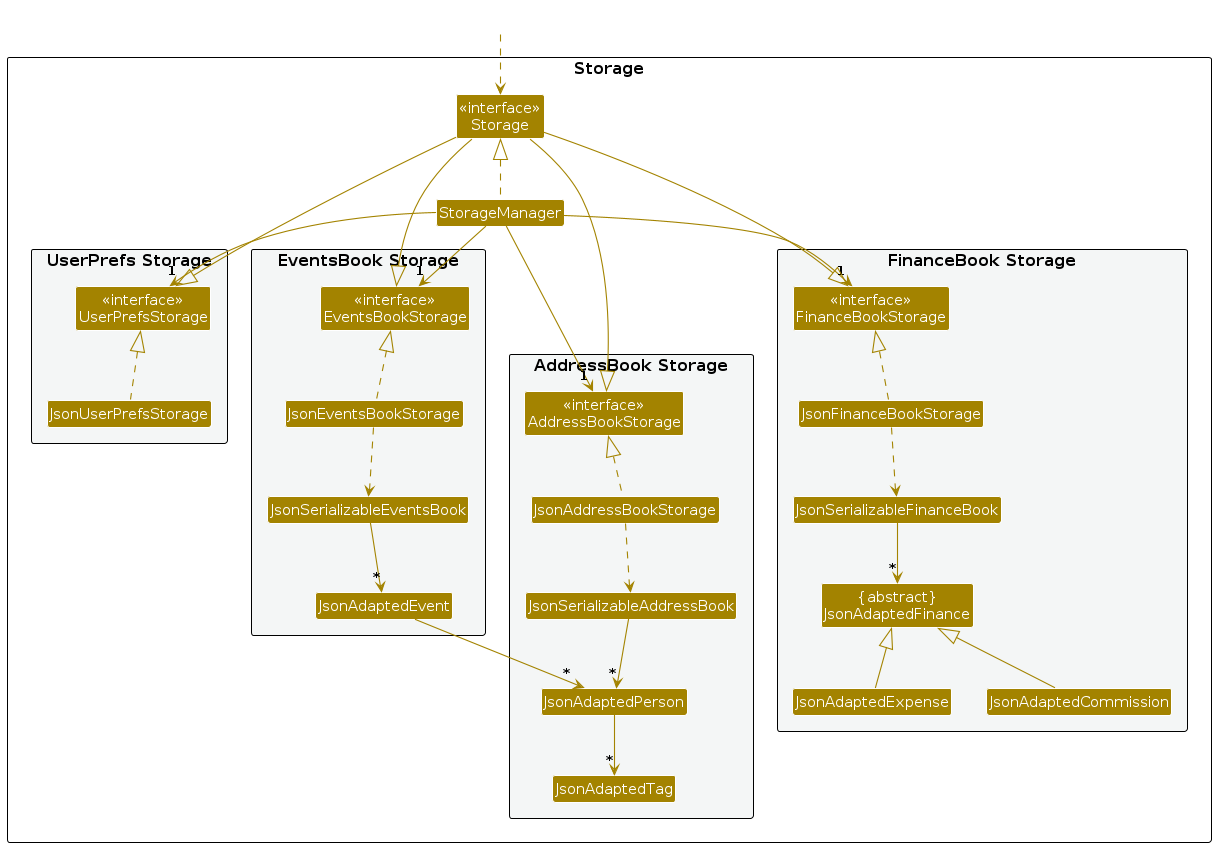
dloh2236/tp keeps this PlantUML diagram as diagrams/StorageClassDiagram.png. Above is the earlier version. Its source is kept beside it as diagrams/StorageClassDiagram.puml.
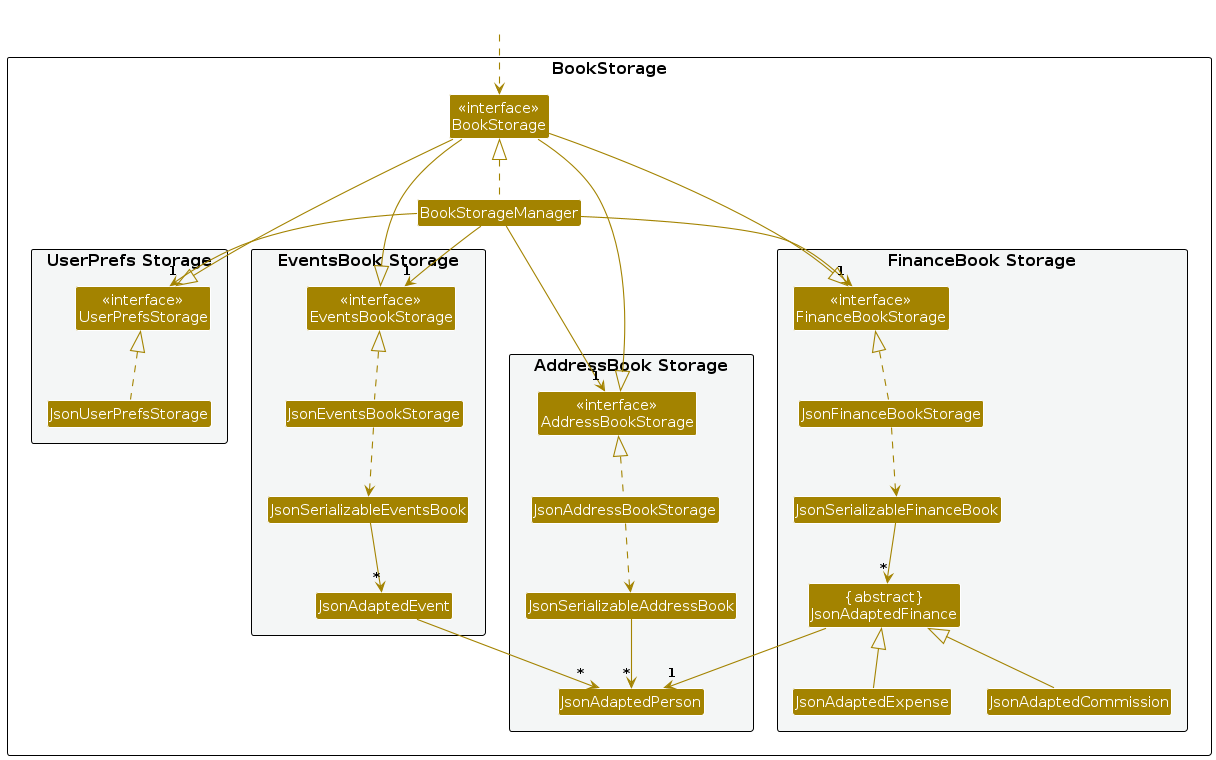
Later version of the same file.

What changed in the source:
```diff
@@ -4,22 +4,21 @@
 skinparam arrowColor STORAGE_COLOR
 skinparam classBackgroundColor STORAGE_COLOR
 
-package Storage as StoragePackage {
+package BookStorage as StoragePackage {
 
 package "UserPrefs Storage" #F4F6F6{
 Class "<<interface>>\nUserPrefsStorage" as UserPrefsStorage
 Class JsonUserPrefsStorage
 }
 
-Class "<<interface>>\nStorage" as Storage
-Class StorageManager
+Class "<<interface>>\nBookStorage" as BookStorage
+Class BookStorageManager
 
 package "AddressBook Storage" #F4F6F6{
 Class "<<interface>>\nAddressBookStorage" as AddressBookStorage
 Class JsonAddressBookStorage
 Class JsonSerializableAddressBook
 Class JsonAdaptedPerson
-Class JsonAdaptedTag
 }
 
 package "FinanceBook Storage" #F4F6F6{
@@ -41,24 +40,23 @@
 }
 
 Class HiddenOutside #FFFFFF
-HiddenOutside ..> Storage
+HiddenOutside ..> BookStorage
 
-StorageManager .up.|> Storage
-StorageManager -down-> "1" UserPrefsStorage
-StorageManager -down-> "1" AddressBookStorage
-StorageManager -down-> "1" FinanceBookStorage
-StorageManager -down-> "1" EventsBookStorage
+BookStorageManager .up.|> BookStorage
+BookStorageManager -down-> "1" UserPrefsStorage
+BookStorageManager -down-> "1" AddressBookStorage
+BookStorageManager -down-> "1" FinanceBookStorage
+BookStorageManager -down-> "1" EventsBookStorage
 
-Storage -down-|> UserPrefsStorage
-Storage -down-|> AddressBookStorage
-Storage -down-|> FinanceBookStorage
-Storage -down-|> EventsBookStorage
+BookStorage -down-|> UserPrefsStorage
+BookStorage -down-|> AddressBookStorage
+BookStorage -down-|> FinanceBookStorage
+BookStorage -down-|> EventsBookStorage
 
 JsonUserPrefsStorage .up.|> UserPrefsStorage
 JsonAddressBookStorage .up.|> AddressBookStorage
 JsonAddressBookStorage ..> JsonSerializableAddressBook
 JsonSerializableAddressBook --> "*" JsonAdaptedPerson
-JsonAdaptedPerson --> "*" JsonAdaptedTag
 
 JsonEventsBookStorage .up.|> EventsBookStorage
 JsonEventsBookStorage ..> JsonSerializableEventsBook
@@ -70,5 +68,6 @@
 JsonSerializableFinanceBook --> "*" JsonAdaptedFinance
 JsonAdaptedExpense -up-|> JsonAdaptedFinance
 JsonAdaptedCommission -up-|> JsonAdaptedFinance
+JsonAdaptedFinance --> "1" JsonAdaptedPerson
 
 @enduml
```
